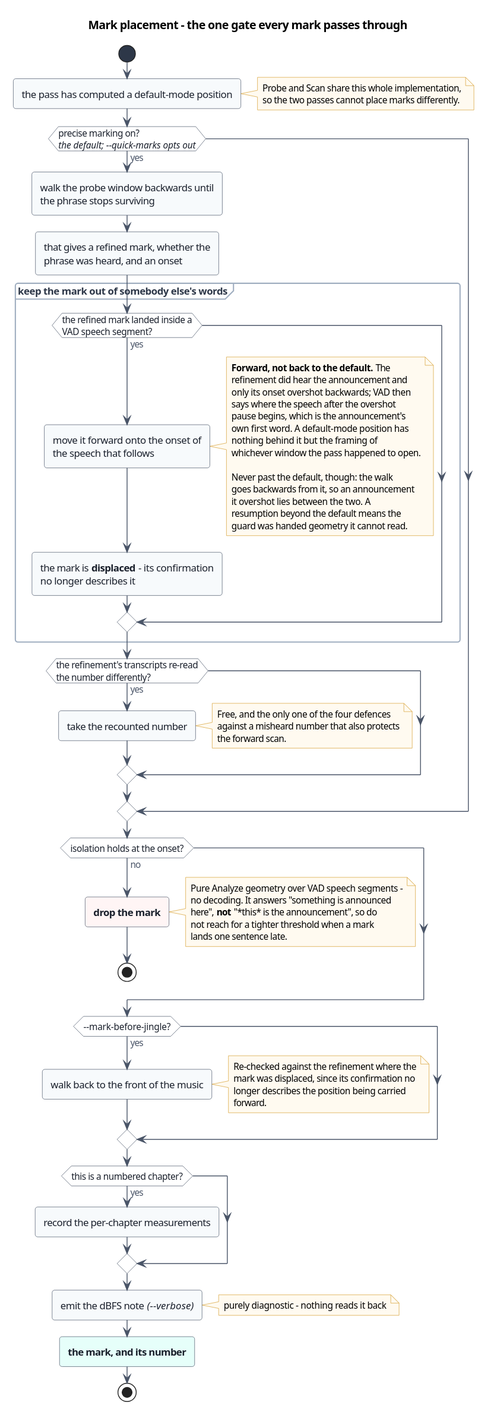
Before: doc/diagrams/activity-mark-placement.svg, a diagram exported from PlantUML (Inguiotar/ABChapterize). The source it was exported from:
```plantuml
@startuml
!include _style.iuml
title Mark placement - the one gate every mark passes through

start
:the pass has computed a default-mode position;
note right
  Probe and Scan share this whole implementation,
  so the two passes cannot place marks differently.
end note

if (precise marking on?\n<i>the default; ~--quick-marks opts out</i>) then (yes)
  :walk the probe window backwards until\nthe phrase stops surviving;
  :that gives a refined mark, whether the\nphrase was heard, and an onset;

  partition "keep the mark out of somebody else's words" {
    if (the refined mark landed inside a\nVAD speech segment?) then (yes)
      :move it forward onto the onset of\nthe speech that follows;
      note right
        **Forward, not back to the default.** The
        refinement did hear the announcement and
        only its onset overshot backwards; VAD then
        says where the speech after the overshot
        pause begins, which is the announcement's
        own first word. A default-mode position has
        nothing behind it but the framing of
        whichever window the pass happened to open.

        Never past the default, though: the walk
        goes backwards from it, so an announcement
        it overshot lies between the two. A
        resumption beyond the default means the
        guard was handed geometry it cannot read.
      end note
      :the mark is **displaced** - its confirmation\nno longer describes it;
    endif
  }

  if (the refinement's transcripts re-read\nthe number differently?) then (yes)
    :take the recounted number;
    note right
      Free, and the only one of the four defences
      against a misheard number that also protects
      the forward scan.
    end note
  endif
endif

if (isolation holds at the onset?) then (no)
  :**drop the mark**; <<#FFF5F5>>
  note right
    Pure Analyze geometry over VAD speech segments -
    no decoding. It answers "something is announced
    here", **not** "*this* is the announcement", so do
    not reach for a tighter threshold when a mark
    lands one sentence late.
  end note
  stop
endif

if (~--mark-before-jingle?) then (yes)
  :walk back to the front of the music;
  note right
    Re-checked against the refinement where the
    mark was displaced, since its confirmation no
    longer describes the position being carried
    forward.
  end note
endif

if (this is a numbered chapter?) then (yes)
  :record the per-chapter measurements;
endif
:emit the dBFS note <i>(~--verbose)</i>;
note right: purely diagnostic - nothing reads it back
:**the mark, and its number**; <<#E6FFFA>>
stop
@enduml
```
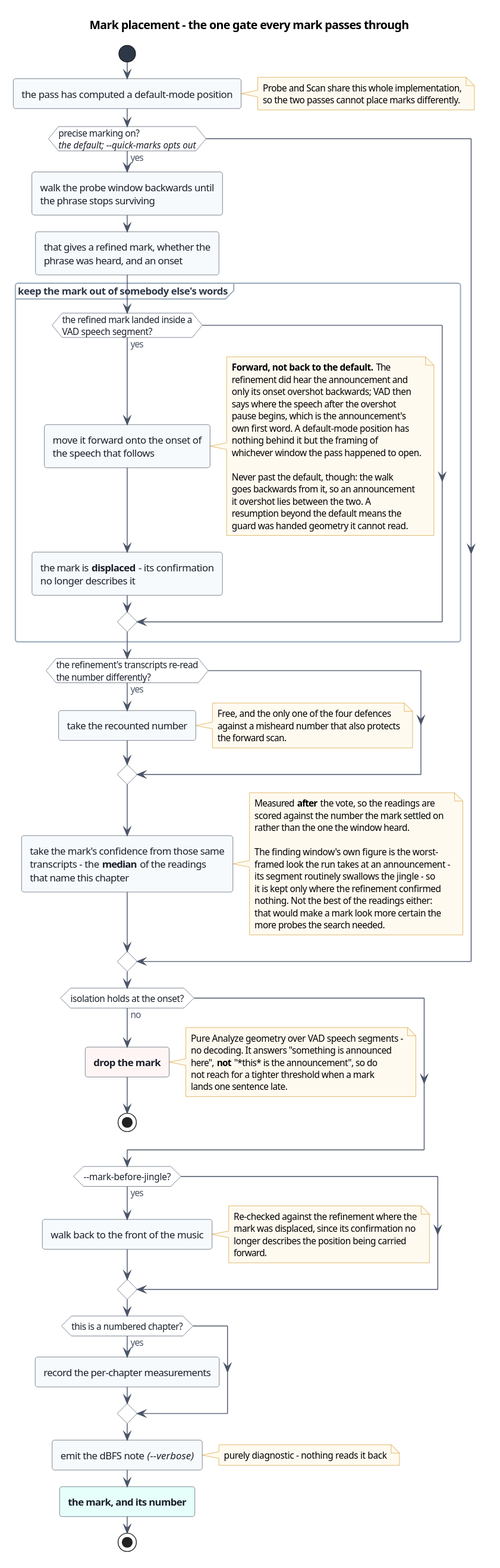
Later version of the same file.

The edit, as a diff of the source:
```diff
@@ -44,6 +44,21 @@
       the forward scan.
     end note
   endif
+
+  :take the mark's confidence from those same\ntranscripts - the **median** of the readings\nthat name this chapter;
+  note right
+    Measured **after** the vote, so the readings are
+    scored against the number the mark settled on
+    rather than the one the window heard.
+
+    The finding window's own figure is the worst-
+    framed look the run takes at an announcement -
+    its segment routinely swallows the jingle - so
+    it is kept only where the refinement confirmed
+    nothing. Not the best of the readings either:
+    that would make a mark look more certain the
+    more probes the search needed.
+  end note
 endif
 
 if (isolation holds at the onset?) then (no)
```
